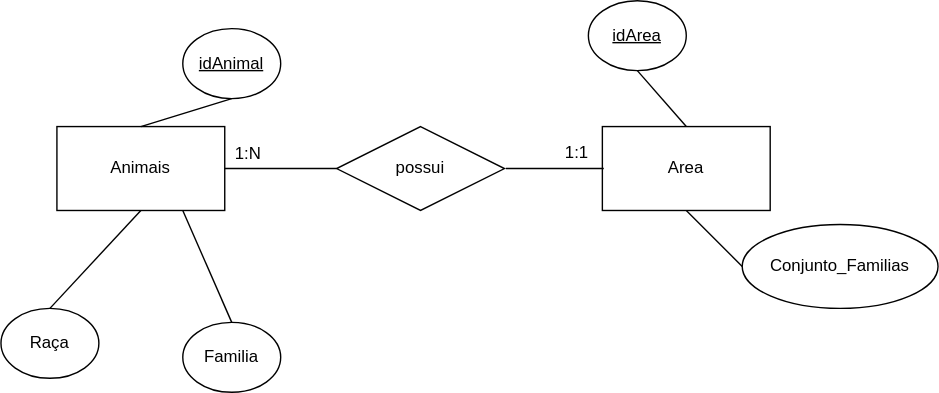
This is zoologico.svg from andremelchior/MERs, a draw.io export, as it was before one commit. Source tidied: cells renumbered, new cells last; positions are measured from the earlier drawing's top-left corner, leaving out a move shared by most shapes.
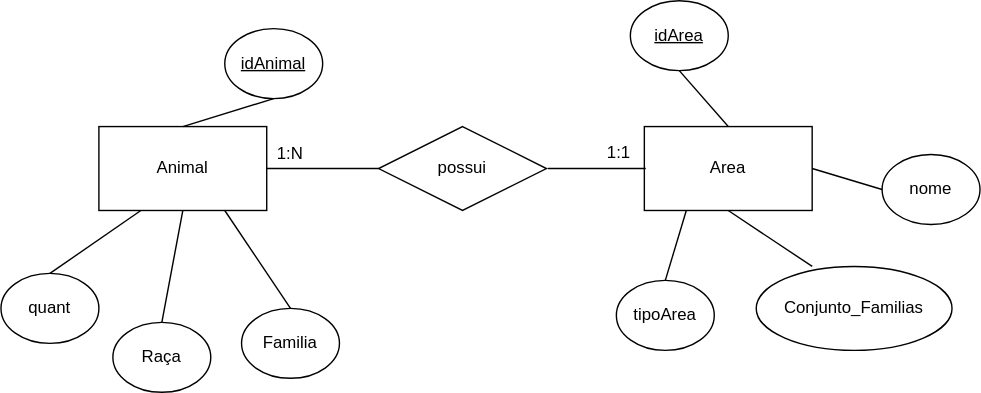
Later version of the same file.

Commit message:
feat: change 'zoologico' MER

Diff of the diagram source:
```diff
@@ -2,17 +2,17 @@
   <root>
     <mxCell id="0" />
     <mxCell id="1" parent="0" />
-    <mxCell id="2" value="Animais" style="rounded=0;whiteSpace=wrap;html=1;" parent="1" vertex="1">
+    <mxCell id="2" value="Animal" style="rounded=0;whiteSpace=wrap;html=1;" parent="1" vertex="1">
       <mxGeometry x="40" y="90" width="120" height="60" as="geometry" />
     </mxCell>
     <mxCell id="3" value="Area" style="rounded=0;whiteSpace=wrap;html=1;" parent="1" vertex="1">
       <mxGeometry x="430" y="90" width="120" height="60" as="geometry" />
     </mxCell>
     <mxCell id="4" value="Raça" style="ellipse;whiteSpace=wrap;html=1;" parent="1" vertex="1">
-      <mxGeometry y="220" width="70" height="50" as="geometry" />
+      <mxGeometry x="50" y="230" width="70" height="50" as="geometry" />
     </mxCell>
     <mxCell id="5" value="Familia" style="ellipse;whiteSpace=wrap;html=1;" parent="1" vertex="1">
-      <mxGeometry x="130" y="230" width="70" height="50" as="geometry" />
+      <mxGeometry x="142" y="220" width="70" height="50" as="geometry" />
     </mxCell>
     <mxCell id="6" value="&lt;u&gt;idAnimal&lt;/u&gt;" style="ellipse;whiteSpace=wrap;html=1;" parent="1" vertex="1">
       <mxGeometry x="130" y="20" width="70" height="50" as="geometry" />
@@ -27,12 +27,12 @@
       <mxGeometry relative="1" as="geometry" />
     </mxCell>
     <mxCell id="10" value="Conjunto_Familias" style="ellipse;whiteSpace=wrap;html=1;" parent="1" vertex="1">
-      <mxGeometry x="530" y="160" width="140" height="60" as="geometry" />
+      <mxGeometry x="510" y="190" width="140" height="60" as="geometry" />
     </mxCell>
     <mxCell id="11" style="endArrow=none;html=1;rounded=0;entryX=0.5;entryY=1;entryDx=0;entryDy=0;exitX=0.5;exitY=0;exitDx=0;exitDy=0;" parent="1" edge="1" source="3" target="13">
       <mxGeometry relative="1" as="geometry" />
     </mxCell>
-    <mxCell id="12" style="endArrow=none;html=1;rounded=0;entryX=0.5;entryY=1;entryDx=0;entryDy=0;exitX=0;exitY=0.5;exitDx=0;exitDy=0;" parent="1" edge="1" source="10" target="3">
+    <mxCell id="12" style="endArrow=none;html=1;rounded=0;entryX=0.5;entryY=1;entryDx=0;entryDy=0;exitX=0.286;exitY=0;exitDx=0;exitDy=0;exitPerimeter=0;" parent="1" edge="1" source="10" target="3">
       <mxGeometry relative="1" as="geometry" />
     </mxCell>
     <mxCell id="13" value="&lt;u&gt;idArea&lt;/u&gt;" style="ellipse;whiteSpace=wrap;html=1;" parent="1" vertex="1">
@@ -56,5 +56,23 @@
     <mxCell id="18" value="1:N" style="text;html=1;align=center;verticalAlign=middle;whiteSpace=wrap;rounded=0;" parent="1" vertex="1">
       <mxGeometry x="147" y="95" width="60" height="30" as="geometry" />
     </mxCell>
+    <mxCell id="19" value="nome" style="ellipse;whiteSpace=wrap;html=1;" parent="1" vertex="1">
+      <mxGeometry x="600" y="110" width="70" height="50" as="geometry" />
+    </mxCell>
+    <mxCell id="20" style="endArrow=none;html=1;rounded=0;entryX=1;entryY=0.5;entryDx=0;entryDy=0;exitX=0;exitY=0.5;exitDx=0;exitDy=0;" parent="1" edge="1" source="19" target="3">
+      <mxGeometry relative="1" as="geometry" />
+    </mxCell>
+    <mxCell id="21" value="tipoArea" style="ellipse;whiteSpace=wrap;html=1;" parent="1" vertex="1">
+      <mxGeometry x="410" y="200" width="70" height="50" as="geometry" />
+    </mxCell>
+    <mxCell id="22" style="endArrow=none;html=1;rounded=0;entryX=0.25;entryY=1;entryDx=0;entryDy=0;exitX=0.5;exitY=0;exitDx=0;exitDy=0;" parent="1" edge="1" source="21" target="3">
+      <mxGeometry relative="1" as="geometry" />
+    </mxCell>
+    <mxCell id="23" value="quant" style="ellipse;whiteSpace=wrap;html=1;" parent="1" vertex="1">
+      <mxGeometry x="-30" y="195" width="70" height="50" as="geometry" />
+    </mxCell>
+    <mxCell id="24" style="endArrow=none;html=1;rounded=0;exitX=0.5;exitY=0;exitDx=0;exitDy=0;entryX=0.25;entryY=1;entryDx=0;entryDy=0;" parent="1" edge="1" source="23" target="2">
+      <mxGeometry relative="1" as="geometry" />
+    </mxCell>
   </root>
 </mxGraphModel>
```
